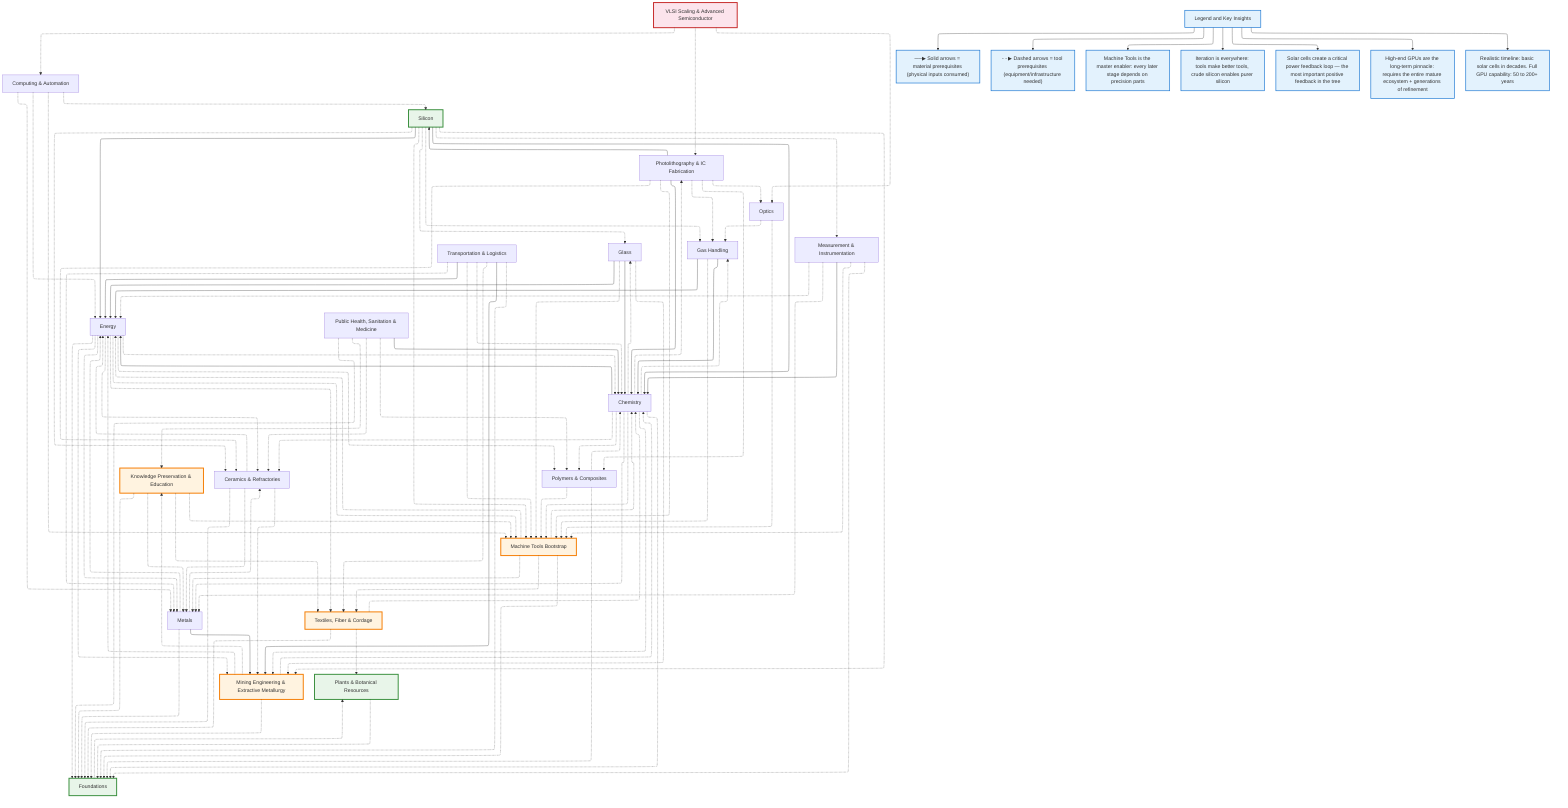
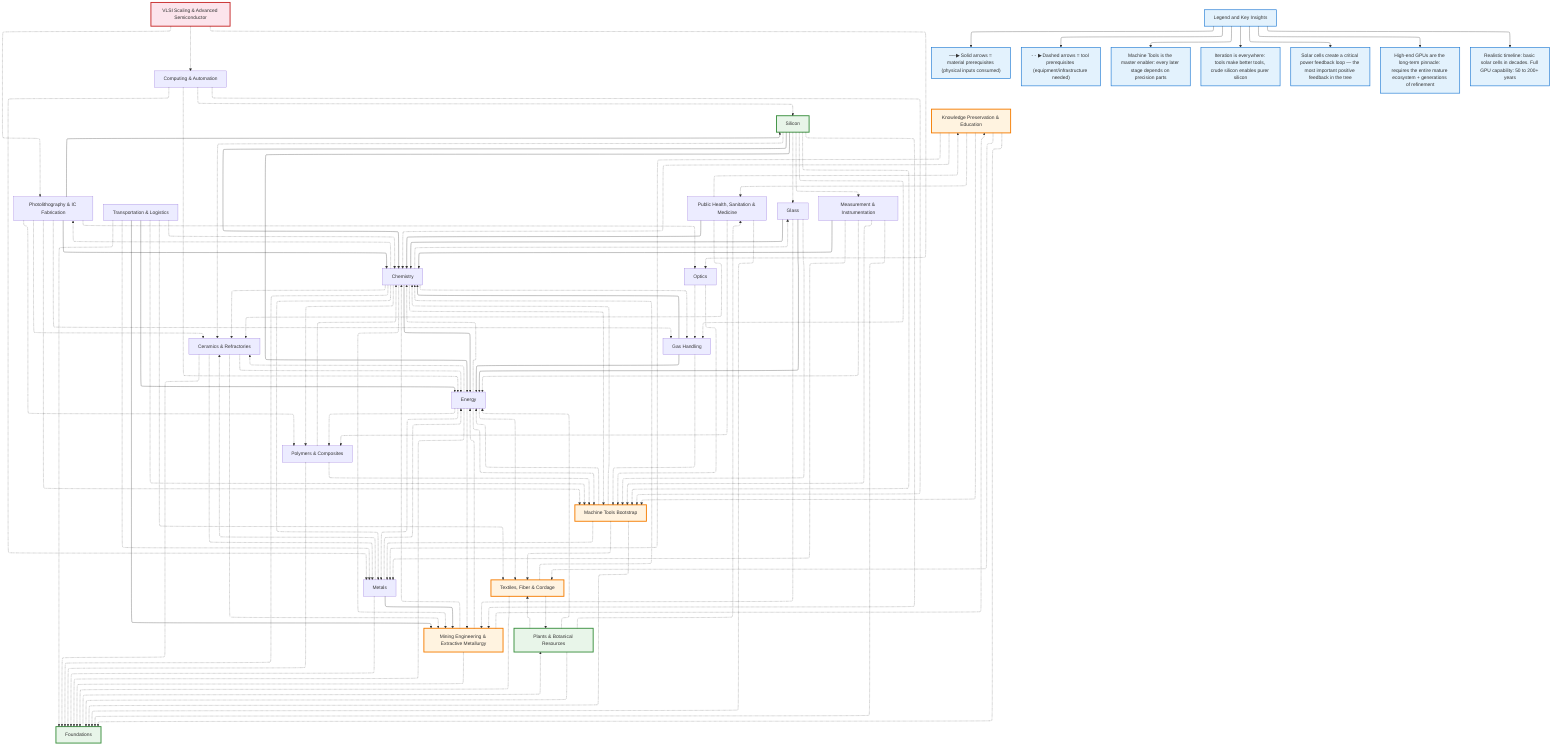
%%{init: {"flowchart": {"defaultRenderer": "elk", "htmlLabels": true}}}%%
graph TD
    %% ==================== DOMAIN NODES ====================
    foundations["Foundations"]
    metals["Metals"]
    machine-tools["Machine Tools Bootstrap"]
    energy["Energy"]
    chemistry["Chemistry"]
    silicon["Silicon"]
    photolithography["Photolithography & IC Fabrication"]
    vlsi-scaling["VLSI Scaling & Advanced Semiconductor"]
    knowledge["Knowledge Preservation & Education"]
    transport["Transportation & Logistics"]
    computing["Computing & Automation"]
    health["Public Health, Sanitation & Medicine"]
    textiles["Textiles, Fiber & Cordage"]
    mining["Mining Engineering & Extractive Metallurgy"]
    ceramics["Ceramics & Refractories"]
    polymers["Polymers & Composites"]
    glass["Glass"]
    optics["Optics"]
    gas-handling["Gas Handling"]
    measurement["Measurement & Instrumentation"]
    plants["Plants & Botanical Resources"]

    %% ==================== DOMAIN-LEVEL EDGES ====================
    metals -.-> foundations
    metals --> mining
    machine-tools -.-> metals
    machine-tools -.-> textiles
    energy -.-> metals
    chemistry -.-> metals
    chemistry --> energy
    glass -.-> machine-tools
    optics -.-> machine-tools
    gas-handling -.-> machine-tools
    measurement -.-> machine-tools
    glass --> energy
    gas-handling --> energy
    glass --> chemistry
    gas-handling --> chemistry
    measurement --> chemistry
    silicon -.-> machine-tools
    silicon --> energy
    silicon --> chemistry
    silicon -.-> glass
    silicon -.-> gas-handling
    photolithography -.-> machine-tools
    photolithography --> chemistry
    photolithography -.-> gas-handling
    photolithography -.-> optics
    photolithography --> silicon
    vlsi-scaling -.-> photolithography
    knowledge -.-> foundations
    health -.-> foundations
    health --> chemistry
    ceramics -.-> foundations
    ceramics -.-> metals
    textiles -.-> foundations
    mining -.-> foundations
    transport -.-> metals
    transport --> energy
    transport --> mining
    transport -.-> machine-tools
    computing -.-> machine-tools
    polymers -.-> foundations

    %% ==================== CROSS-DOMAIN EDGES ====================
    ceramics -.-> energy
    ceramics -.-> mining
    chemistry -.-> ceramics
    chemistry -.-> foundations
    chemistry -.-> gas-handling
    chemistry -.-> glass
    chemistry -.-> machine-tools
    chemistry -.-> mining
    chemistry -.-> photolithography
    chemistry -.-> polymers
    computing -.-> energy
    computing -.-> metals
    computing -.-> silicon
    energy -.-> ceramics
    energy -.-> chemistry
    energy -.-> foundations
    energy -.-> machine-tools
    energy -.-> mining
    energy -.-> polymers
    energy -.-> textiles
    foundations -.-> plants
    glass -.-> mining
    health -.-> ceramics
    health -.-> knowledge
    health -.-> polymers
+     knowledge -.-> chemistry
+     knowledge -.-> health
    knowledge -.-> machine-tools
    knowledge -.-> metals
    knowledge -.-> textiles
    machine-tools -.-> chemistry
    machine-tools -.-> energy
    machine-tools -.-> foundations
    measurement -.-> energy
    measurement -.-> foundations
    measurement -.-> metals
    metals -.-> ceramics
    metals -.-> energy
    mining -.-> chemistry
    mining -.-> energy
    mining -.-> knowledge
    optics -.-> gas-handling
    photolithography -.-> ceramics
    photolithography -.-> polymers
+     plants -.-> energy
    plants -.-> foundations
+     plants -.-> health
+     plants -.-> textiles
    polymers -.-> chemistry
    polymers -.-> machine-tools
    silicon -.-> ceramics
    silicon -.-> measurement
    silicon -.-> mining
    textiles -.-> chemistry
    textiles -.-> plants
    transport -.-> chemistry
    transport -.-> foundations
    transport -.-> textiles
    vlsi-scaling -.-> computing
    vlsi-scaling -.-> optics

    %% ==================== STYLING ====================
    classDef domain fill:#e3f2fd,stroke:#1976d2,stroke-width:2px
    classDef critical fill:#fff3e0,stroke:#f57c00,stroke-width:3px
    classDef earlyWin fill:#e8f5e9,stroke:#388e3c,stroke-width:3px
    classDef pinnacle fill:#fce4ec,stroke:#c62828,stroke-width:3px
    class foundations earlyWin
    class machine-tools critical
    class silicon earlyWin
    class vlsi-scaling pinnacle
    class knowledge critical
    class textiles critical
    class mining critical
    class plants earlyWin

    %% ==================== LEGEND ====================
    Legend["Legend and Key Insights"]
    Legend --> Note0["──▶ Solid arrows = material prerequisites (physical inputs consumed)"]
    Legend --> Note0b["- - ▶ Dashed arrows = tool prerequisites (equipment/infrastructure needed)"]
    Legend --> Note1["Machine Tools is the master enabler: every later stage depends on precision parts"]
    Legend --> Note2["Iteration is everywhere: tools make better tools, crude silicon enables purer silicon"]
    Legend --> Note3["Solar cells create a critical power feedback loop — the most important positive feedback in the tree"]
    Legend --> Note4["High-end GPUs are the long-term pinnacle: requires the entire mature ecosystem + generations of refinement"]
    Legend --> Note5["Realistic timeline: basic solar cells in decades. Full GPU capability: 50 to 200+ years"]
    class Legend,Note0,Note0b,Note1,Note2,Note3,Note4,Note5 domain
